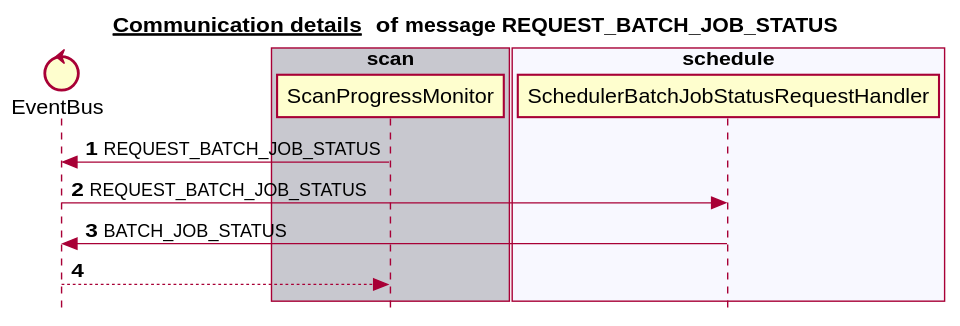
The PlantUML diagram docs/latest/images/gen_domain_messaging_request_batch_job_status.svg in mercedes-benz/sechub, before a commit. Source of this version:
```plantuml
@startuml


title __Communication details __ of **message REQUEST_BATCH_JOB_STATUS**
skinparam style strictuml


control EventBus
box "scan" #C8C8CF
   participant ScanProgressMonitor
end box
box "schedule" #F8F8FF
   participant SchedulerBatchJobStatusRequestHandler
end box
box "authorization" #C8C8CF
end box
box "administration" #F8F8FF
end box
box "notification" #C8C8CF
end box
autonumber 1
ScanProgressMonitor -> EventBus:REQUEST_BATCH_JOB_STATUS
EventBus -> SchedulerBatchJobStatusRequestHandler:REQUEST_BATCH_JOB_STATUS
SchedulerBatchJobStatusRequestHandler -> EventBus:BATCH_JOB_STATUS
EventBus --> ScanProgressMonitor:
autonumber stop


@enduml
```
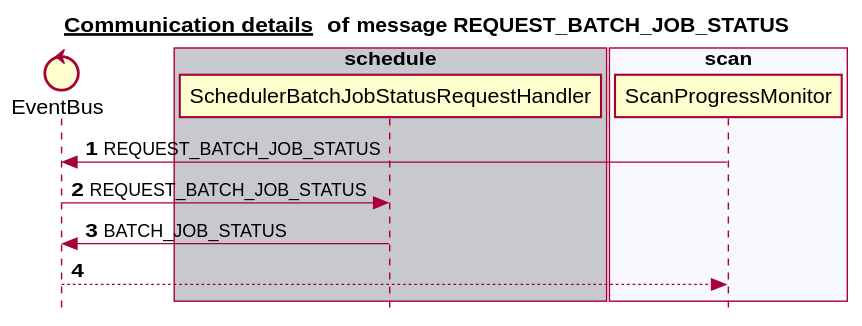
The same file after the commit.

Diff of the diagram source:
```diff
@@ -6,17 +6,17 @@
 
 
 control EventBus
-box "scan" #C8C8CF
+box "schedule" #C8C8CF
+   participant SchedulerBatchJobStatusRequestHandler
+end box
+box "scan" #F8F8FF
    participant ScanProgressMonitor
 end box
-box "schedule" #F8F8FF
-   participant SchedulerBatchJobStatusRequestHandler
+box "administration" #C8C8CF
+end box
+box "notification" #F8F8FF
 end box
 box "authorization" #C8C8CF
-end box
-box "administration" #F8F8FF
-end box
-box "notification" #C8C8CF
 end box
 autonumber 1
 ScanProgressMonitor -> EventBus:REQUEST_BATCH_JOB_STATUS
```
